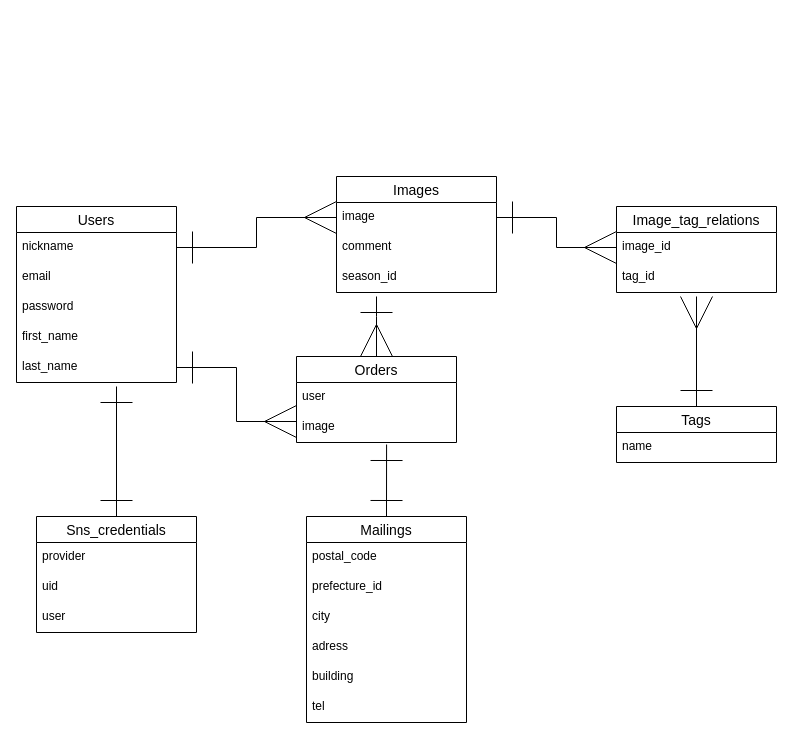
Before: imagecal.dio in phy-homa/imagecal, a draw.io diagram. Source tidied: cells renumbered, new cells numbered last; positions are measured from the earlier drawing's top-left corner, leaving out a move shared by most shapes. Both pictures are drawn from the tidied source at 100%, with x=0, y=0 at pixel (16, 176).
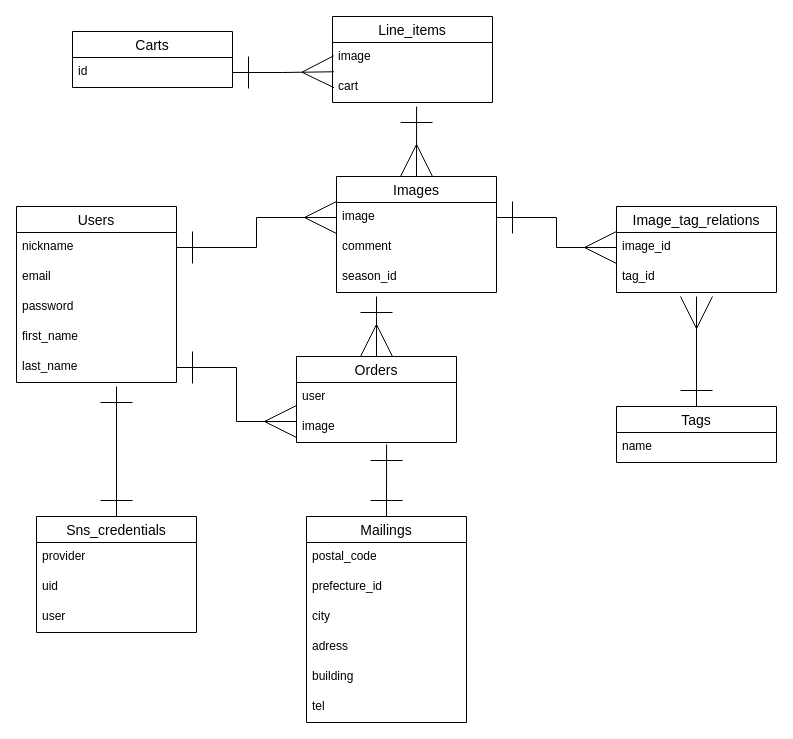
The same page after the edit.

The change refers to these unchanged cells:
```xml
<mxCell id="8" value="Images" style="swimlane;fontStyle=0;horizontal=1;startSize=26;align=center;fontSize=14;" parent="1" vertex="1">
  <mxGeometry x="320" width="160" height="116" as="geometry" />
</mxCell>
```

Change to the diagram source:
```diff
@@
+    <mxCell id="38" style="edgeStyle=orthogonalEdgeStyle;rounded=0;jettySize=auto;html=1;exitX=0.5;exitY=0;exitDx=0;exitDy=0;endArrow=ERone;endFill=0;startSize=30;endSize=30;startArrow=ERmany;startFill=0;" parent="1" edge="1" source="8">
+      <mxGeometry relative="1" as="geometry">
+        <mxPoint x="400.1" y="-70" as="targetPoint" />
+      </mxGeometry>
+    </mxCell>
@@
+    <mxCell id="39" value="Line_items" style="swimlane;fontStyle=0;horizontal=1;startSize=26;align=center;fontSize=14;" parent="1" vertex="1">
+      <mxGeometry x="316" y="-160" width="160" height="86" as="geometry" />
+    </mxCell>
+    <mxCell id="40" value="image" style="text;strokeColor=none;fillColor=none;spacingLeft=4;spacingRight=4;overflow=hidden;fontSize=12;" parent="39" vertex="1">
+      <mxGeometry y="26" width="160" height="30" as="geometry" />
+    </mxCell>
+    <mxCell id="41" value="cart" style="text;strokeColor=none;fillColor=none;spacingLeft=4;spacingRight=4;overflow=hidden;points=[[0,0.5],[1,0.5]];portConstraint=eastwest;fontSize=12;" parent="39" vertex="1">
+      <mxGeometry y="56" width="160" height="30" as="geometry" />
+    </mxCell>
+    <mxCell id="42" value="Carts" style="swimlane;fontStyle=0;horizontal=1;startSize=26;align=center;fontSize=14;" parent="1" vertex="1">
+      <mxGeometry x="56" y="-145" width="160" height="56" as="geometry" />
+    </mxCell>
+    <mxCell id="43" value="id" style="text;strokeColor=none;fillColor=none;spacingLeft=4;spacingRight=4;overflow=hidden;points=[[0,0.5],[1,0.5]];portConstraint=eastwest;fontSize=12;" parent="42" vertex="1">
+      <mxGeometry y="26" width="160" height="30" as="geometry" />
+    </mxCell>
+    <mxCell id="44" style="edgeStyle=orthogonalEdgeStyle;rounded=0;jettySize=auto;html=1;entryX=0.009;entryY=-0.024;entryDx=0;entryDy=0;entryPerimeter=0;endSize=30;endArrow=ERmany;endFill=0;startSize=30;startArrow=ERone;startFill=0;" parent="1" edge="1" source="43" target="41">
+      <mxGeometry relative="1" as="geometry">
+        <Array as="points">
+          <mxPoint x="266" y="-104" />
+          <mxPoint x="266" y="-105" />
+        </Array>
+      </mxGeometry>
+    </mxCell>
```
